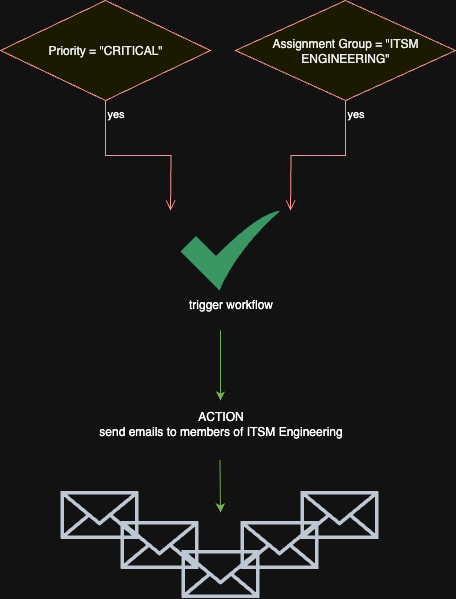
The draw.io diagram Diagram.png in derrickclaye/service-now-urgent-incident-notification-workflow, before a commit. Source tidied: cells renumbered, new cells last; positions are measured from the earlier drawing's top-left corner, leaving out a move shared by most shapes. The source it was exported from:
```xml
<mxGraphModel>
  <root>
    <mxCell id="0" />
    <mxCell id="1" parent="0" />
    <mxCell id="2" value="Priority = &quot;CRITICAL&quot;" style="rhombus;whiteSpace=wrap;html=1;fontColor=#000000;fillColor=#ffffc0;strokeColor=#ff0000;" parent="1" vertex="1">
      <mxGeometry width="210" height="100" as="geometry" />
    </mxCell>
    <mxCell id="3" value="yes" style="edgeStyle=orthogonalEdgeStyle;html=1;align=left;verticalAlign=top;endArrow=open;endSize=8;strokeColor=#ff0000;rounded=0;" parent="1" edge="1" source="2">
      <mxGeometry x="-1" relative="1" as="geometry">
        <mxPoint x="170" y="210" as="targetPoint" />
      </mxGeometry>
    </mxCell>
    <mxCell id="4" value="Assignment Group = &quot;ITSM ENGINEERING&quot;" style="rhombus;whiteSpace=wrap;html=1;fontColor=#000000;fillColor=#ffffc0;strokeColor=#ff0000;" parent="1" vertex="1">
      <mxGeometry x="235" width="220" height="100" as="geometry" />
    </mxCell>
    <mxCell id="5" value="yes" style="edgeStyle=orthogonalEdgeStyle;html=1;align=left;verticalAlign=top;endArrow=open;endSize=8;strokeColor=#ff0000;rounded=0;" parent="1" edge="1" source="4">
      <mxGeometry x="-1" relative="1" as="geometry">
        <mxPoint x="290" y="210" as="targetPoint" />
      </mxGeometry>
    </mxCell>
    <mxCell id="6" value="trigger workflow" style="sketch=0;html=1;strokeColor=none;shadow=0;align=center;fillColor=#2D9C5E;verticalAlign=top;labelPosition=center;verticalLabelPosition=bottom;shape=mxgraph.gcp2.check;" parent="1" vertex="1">
      <mxGeometry x="180" y="210" width="100" height="80" as="geometry" />
    </mxCell>
    <mxCell id="7" style="endArrow=classic;html=1;rounded=0;fillColor=#60a917;strokeColor=#2D7600;startSize=14;" parent="1" edge="1">
      <mxGeometry relative="1" as="geometry">
        <mxPoint x="220" y="330" as="sourcePoint" />
        <mxPoint x="220" y="400" as="targetPoint" />
      </mxGeometry>
    </mxCell>
    <mxCell id="8" value="ACTION&lt;div&gt;send emails to members of ITSM Engineering&lt;/div&gt;" style="text;html=1;align=center;verticalAlign=middle;strokeColor=none;fillColor=none;" parent="1" vertex="1">
      <mxGeometry x="85" y="403" width="270" height="40" as="geometry" />
    </mxCell>
    <mxCell id="9" style="endArrow=classic;html=1;rounded=0;fillColor=#60a917;strokeColor=#2D7600;startSize=14;" parent="1" edge="1">
      <mxGeometry relative="1" as="geometry">
        <mxPoint x="219.5" y="460" as="sourcePoint" />
        <mxPoint x="220" y="512" as="targetPoint" />
      </mxGeometry>
    </mxCell>
    <mxCell id="10" style="sketch=0;fontColor=#232F3E;gradientColor=none;fillColor=#232F3D;strokeColor=none;dashed=0;verticalLabelPosition=bottom;verticalAlign=top;align=center;html=1;fontSize=12;fontStyle=0;shape=mxgraph.aws4.email_2;" parent="1" vertex="1">
      <mxGeometry x="60" y="490" width="78" height="49" as="geometry" />
    </mxCell>
    <mxCell id="11" style="sketch=0;fontColor=#232F3E;gradientColor=none;fillColor=#232F3D;strokeColor=none;dashed=0;verticalLabelPosition=bottom;verticalAlign=top;align=center;html=1;fontSize=12;fontStyle=0;shape=mxgraph.aws4.email_2;" parent="1" vertex="1">
      <mxGeometry x="120" y="520" width="78" height="49" as="geometry" />
    </mxCell>
    <mxCell id="12" style="sketch=0;fontColor=#232F3E;gradientColor=none;fillColor=#232F3D;strokeColor=none;dashed=0;verticalLabelPosition=bottom;verticalAlign=top;align=center;html=1;fontSize=12;fontStyle=0;shape=mxgraph.aws4.email_2;" parent="1" vertex="1">
      <mxGeometry x="181" y="549" width="78" height="49" as="geometry" />
    </mxCell>
    <mxCell id="13" style="sketch=0;fontColor=#232F3E;gradientColor=none;fillColor=#232F3D;strokeColor=none;dashed=0;verticalLabelPosition=bottom;verticalAlign=top;align=center;html=1;fontSize=12;fontStyle=0;shape=mxgraph.aws4.email_2;" parent="1" vertex="1">
      <mxGeometry x="300" y="490" width="78" height="49" as="geometry" />
    </mxCell>
    <mxCell id="14" style="sketch=0;fontColor=#232F3E;gradientColor=none;fillColor=#232F3D;strokeColor=none;dashed=0;verticalLabelPosition=bottom;verticalAlign=top;align=center;html=1;fontSize=12;fontStyle=0;shape=mxgraph.aws4.email_2;" parent="1" vertex="1">
      <mxGeometry x="240" y="520" width="78" height="49" as="geometry" />
    </mxCell>
  </root>
</mxGraphModel>
```
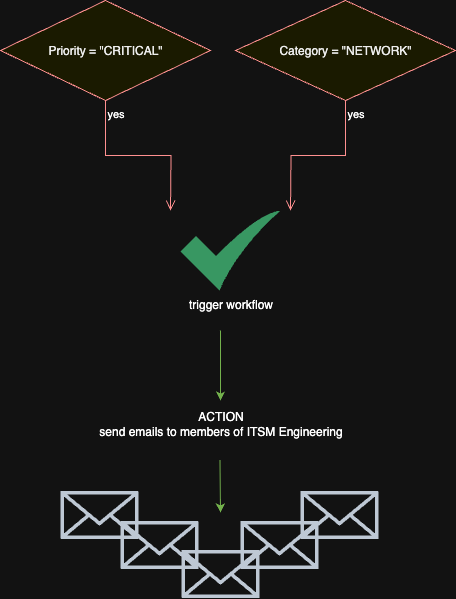
The same file after the commit.

What changed in the source:
```diff
@@ -10,7 +10,7 @@
         <mxPoint x="170" y="210" as="targetPoint" />
       </mxGeometry>
     </mxCell>
-    <mxCell id="4" value="Assignment Group = &quot;ITSM ENGINEERING&quot;" style="rhombus;whiteSpace=wrap;html=1;fontColor=#000000;fillColor=#ffffc0;strokeColor=#ff0000;" parent="1" vertex="1">
+    <mxCell id="4" value="Category = &quot;NETWORK&quot;" style="rhombus;whiteSpace=wrap;html=1;fontColor=#000000;fillColor=#ffffc0;strokeColor=#ff0000;" parent="1" vertex="1">
       <mxGeometry x="235" width="220" height="100" as="geometry" />
     </mxCell>
     <mxCell id="5" value="yes" style="edgeStyle=orthogonalEdgeStyle;html=1;align=left;verticalAlign=top;endArrow=open;endSize=8;strokeColor=#ff0000;rounded=0;" parent="1" edge="1" source="4">
```
